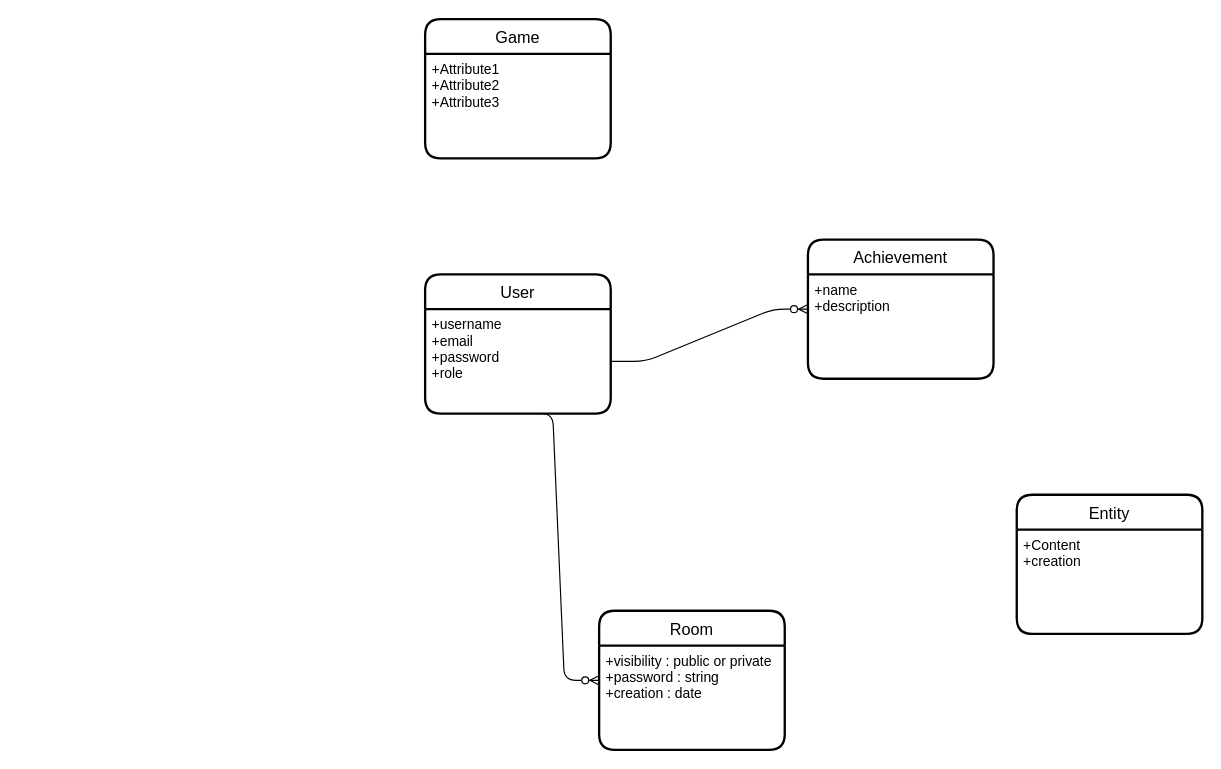
This is reference/db-schema-relationship.drawio from Working-From-Home/ft_transcendence, a draw.io file, before an edit. Source tidied: cells renumbered, new cells numbered last; positions are measured from the earlier drawing's top-left corner, leaving out a move shared by most shapes. Both pictures are drawn from the tidied source at 116%, with x=0, y=0 at pixel (425, 19).
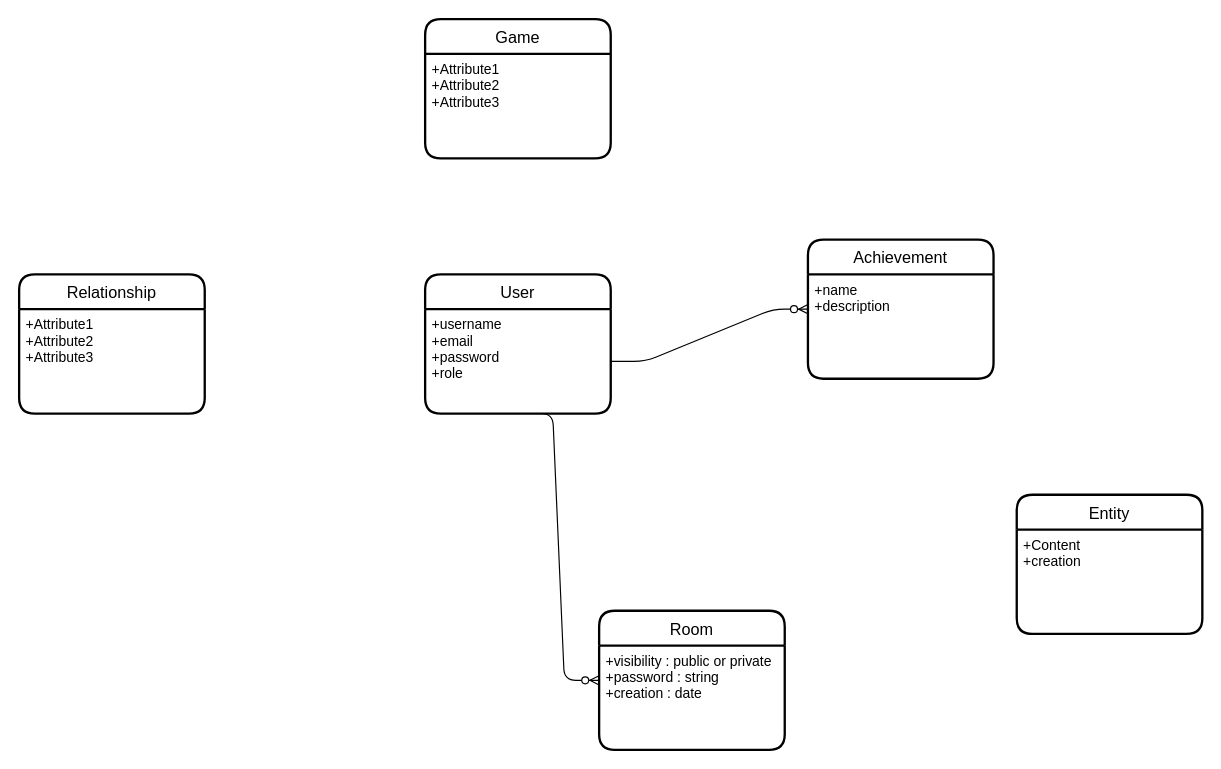
The same diagram, later.

Commit message (it also covers changes not shown here):
poc db schema

The edit, as a diff of the source:
```diff
@@
 <mxGraphModel>
   <root>
     <mxCell id="0" />
     <mxCell id="1" parent="0" />
     <mxCell id="2" value="User" style="swimlane;horizontal=1;startSize=30;rounded=1;fontSize=14;fontStyle=0;strokeWidth=2;shadow=0;dashed=0;align=center;" parent="1" vertex="1">
       <mxGeometry y="220" width="160" height="120" as="geometry" />
     </mxCell>
     <mxCell id="3" value="+username&#10;+email&#10;+password&#10;+role" style="align=left;strokeColor=none;fillColor=none;spacingLeft=4;fontSize=12;verticalAlign=top;" parent="2" vertex="1">
       <mxGeometry y="30" width="160" height="90" as="geometry" />
     </mxCell>
     <mxCell id="4" value="Achievement" style="swimlane;horizontal=1;startSize=30;rounded=1;fontSize=14;fontStyle=0;strokeWidth=2;shadow=0;dashed=0;align=center;" parent="1" vertex="1">
       <mxGeometry x="330" y="190" width="160" height="120" as="geometry" />
     </mxCell>
     <mxCell id="5" value="+name&#10;+description" style="align=left;strokeColor=none;fillColor=none;spacingLeft=4;fontSize=12;verticalAlign=top;" parent="4" vertex="1">
       <mxGeometry y="30" width="160" height="90" as="geometry" />
     </mxCell>
     <mxCell id="6" value="Room" style="swimlane;horizontal=1;startSize=30;rounded=1;fontSize=14;fontStyle=0;strokeWidth=2;shadow=0;dashed=0;align=center;" parent="1" vertex="1">
       <mxGeometry x="150" y="510" width="160" height="120" as="geometry" />
     </mxCell>
     <mxCell id="7" value="+visibility : public or private&#10;+password : string&#10;+creation : date" style="align=left;strokeColor=none;fillColor=none;spacingLeft=4;fontSize=12;verticalAlign=top;" parent="6" vertex="1">
       <mxGeometry y="30" width="160" height="90" as="geometry" />
     </mxCell>
     <mxCell id="8" value="Game" style="swimlane;horizontal=1;startSize=30;rounded=1;fontSize=14;fontStyle=0;strokeWidth=2;shadow=0;dashed=0;align=center;" parent="1" vertex="1">
       <mxGeometry width="160" height="120" as="geometry" />
     </mxCell>
     <mxCell id="9" value="+Attribute1&#10;+Attribute2&#10;+Attribute3" style="align=left;strokeColor=none;fillColor=none;spacingLeft=4;fontSize=12;verticalAlign=top;" parent="8" vertex="1">
       <mxGeometry y="30" width="160" height="90" as="geometry" />
     </mxCell>
     <mxCell id="10" style="edgeStyle=entityRelationEdgeStyle;fontSize=12;html=1;endArrow=ERzeroToMany;endFill=1;exitX=1;exitY=0.5;exitDx=0;exitDy=0;entryX=0;entryY=0.5;entryDx=0;entryDy=0;" parent="1" edge="1" source="3" target="4">
       <mxGeometry relative="1" as="geometry" />
     </mxCell>
     <mxCell id="11" style="edgeStyle=entityRelationEdgeStyle;fontSize=12;html=1;endArrow=ERzeroToMany;endFill=1;entryX=0;entryY=0.5;entryDx=0;entryDy=0;exitX=0.5;exitY=1;exitDx=0;exitDy=0;" parent="1" edge="1" source="3" target="6">
       <mxGeometry relative="1" as="geometry" />
     </mxCell>
     <mxCell id="12" value="Entity" style="swimlane;horizontal=1;startSize=30;rounded=1;fontSize=14;fontStyle=0;strokeWidth=2;shadow=0;dashed=0;align=center;" parent="1" vertex="1">
       <mxGeometry x="510" y="410" width="160" height="120" as="geometry" />
     </mxCell>
     <mxCell id="13" value="+Content&#10;+creation" style="align=left;strokeColor=none;fillColor=none;spacingLeft=4;fontSize=12;verticalAlign=top;" parent="12" vertex="1">
       <mxGeometry y="30" width="160" height="90" as="geometry" />
     </mxCell>
+    <mxCell id="14" value="Relationship" style="swimlane;horizontal=1;startSize=30;rounded=1;fontSize=14;fontStyle=0;strokeWidth=2;shadow=0;dashed=0;align=center;" parent="1" vertex="1">
+      <mxGeometry x="-350" y="220" width="160" height="120" as="geometry" />
+    </mxCell>
+    <mxCell id="15" value="+Attribute1&#10;+Attribute2&#10;+Attribute3" style="align=left;strokeColor=none;fillColor=none;spacingLeft=4;fontSize=12;verticalAlign=top;" parent="14" vertex="1">
+      <mxGeometry y="30" width="160" height="90" as="geometry" />
+    </mxCell>
   </root>
 </mxGraphModel>
```
